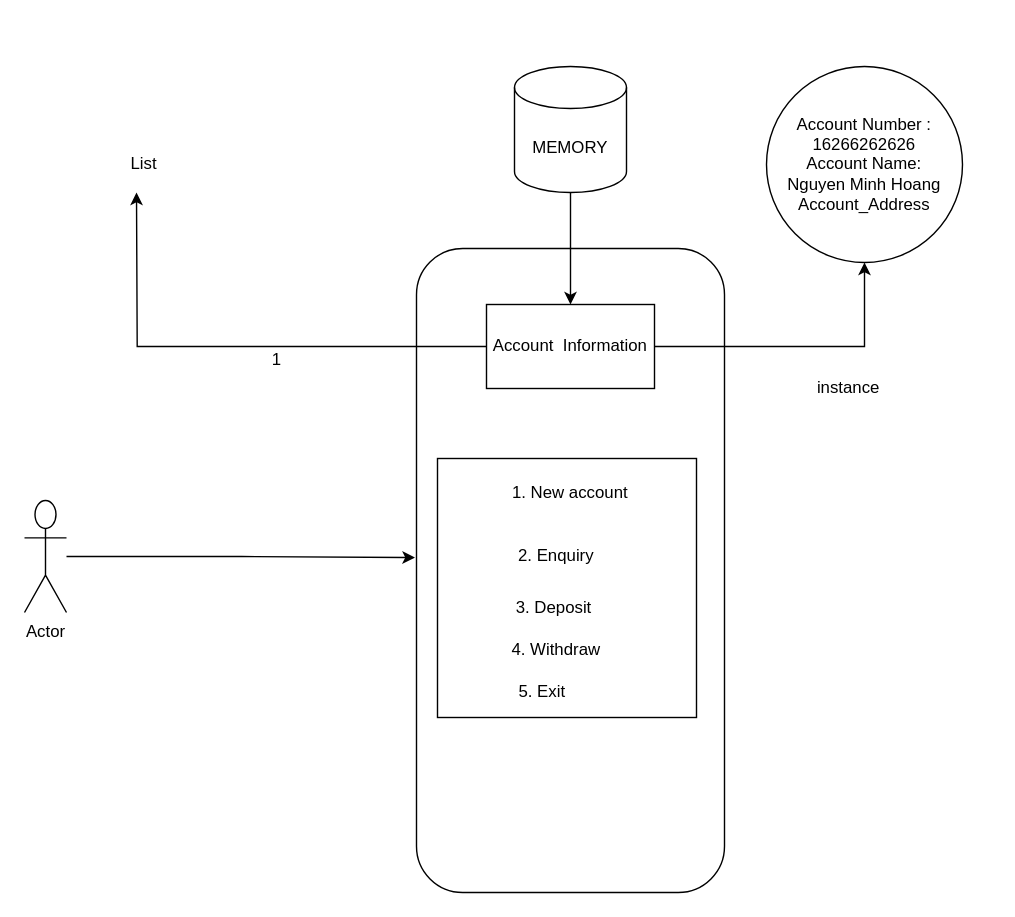
Above: Untitled Diagram.drawio in KimPhiJSCDVLP/DemoGitHub (draw.io), before the change. Source tidied: cells renumbered, new cells numbered last; positions are measured from the earlier drawing's top-left corner, leaving out a move shared by most shapes. Both pictures are drawn from the tidied source at 140%, with x=0, y=0 at pixel (24, 66).
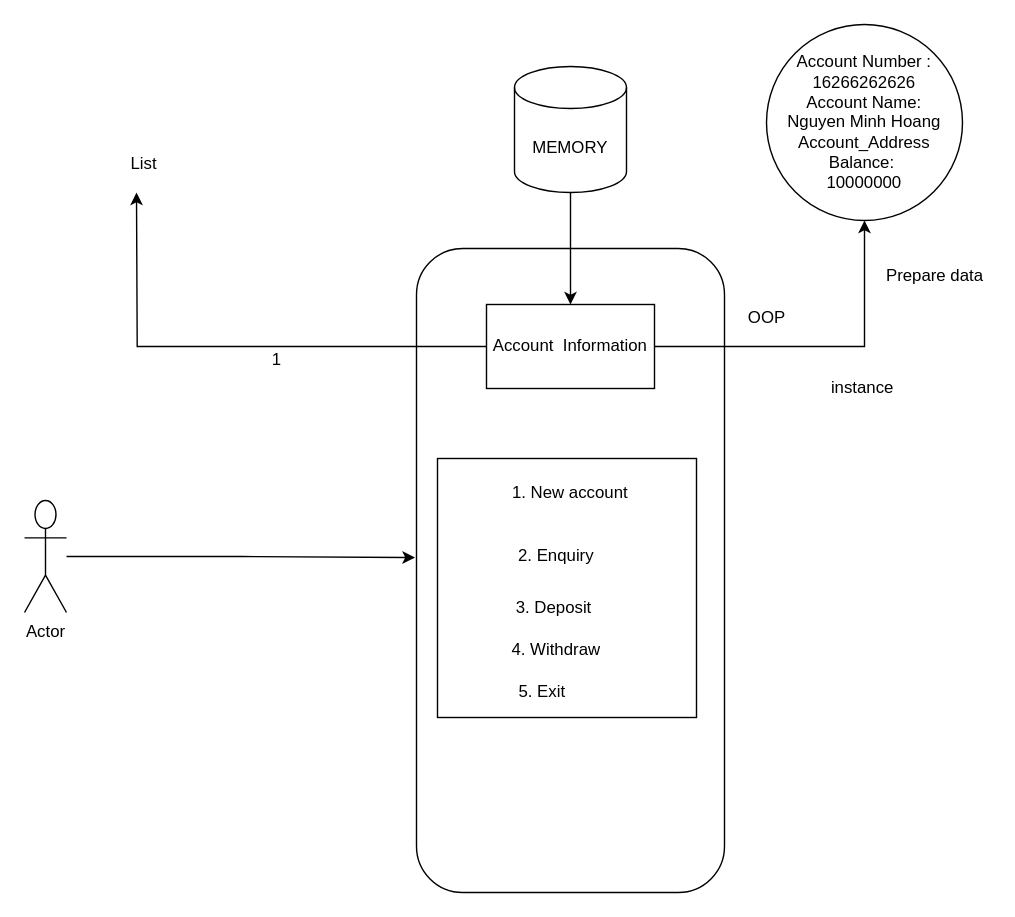
After the change.

The edit, as a diff of the source:
```diff
@@
-    <mxCell id="16" value="Account Number : 16266262626&lt;br&gt;Account Name:&lt;br&gt;Nguyen Minh Hoang&lt;br&gt;Account_Address&lt;br&gt;" style="ellipse;whiteSpace=wrap;html=1;" parent="1" vertex="1">
-      <mxGeometry x="530" width="140" height="140" as="geometry" />
+    <mxCell id="16" value="Account Number : 16266262626&lt;br&gt;Account Name:&lt;br&gt;Nguyen Minh Hoang&lt;br&gt;Account_Address&lt;br&gt;Balance:&amp;nbsp;&lt;br&gt;10000000" style="ellipse;whiteSpace=wrap;html=1;" parent="1" vertex="1">
+      <mxGeometry x="530" y="-30" width="140" height="140" as="geometry" />
     </mxCell>
@@
     <mxCell id="19" value="instance&amp;nbsp;" style="text;html=1;align=center;verticalAlign=middle;strokeColor=none;fillColor=none;" parent="1" vertex="1">
-      <mxGeometry x="560" y="220" width="60" height="20" as="geometry" />
+      <mxGeometry x="570" y="220" width="60" height="20" as="geometry" />
     </mxCell>
+    <mxCell id="20" value="OOP" style="text;html=1;align=center;verticalAlign=middle;strokeColor=none;fillColor=none;" parent="1" vertex="1">
+      <mxGeometry x="510" y="170" width="40" height="20" as="geometry" />
+    </mxCell>
+    <mxCell id="21" value="Prepare data" style="text;html=1;align=center;verticalAlign=middle;strokeColor=none;fillColor=none;" parent="1" vertex="1">
+      <mxGeometry x="610" y="140" width="80" height="20" as="geometry" />
+    </mxCell>
```
